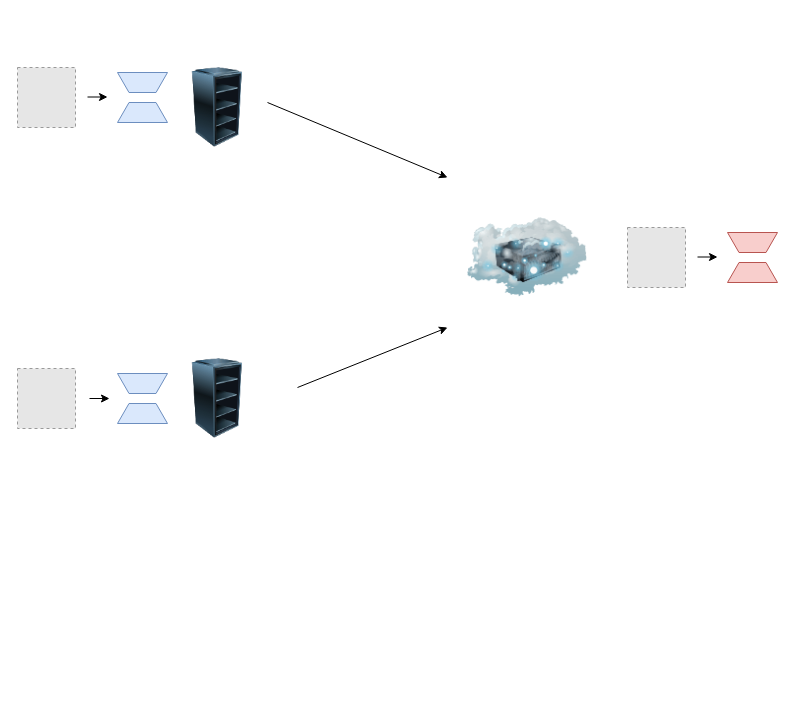
This is llm_paper.drawio from kaiwang0112006/mytranfor, a draw.io file, before an edit. Source tidied: cells renumbered, new cells numbered last; positions are measured from the earlier drawing's top-left corner, leaving out a move shared by most shapes. Both pictures are drawn from the tidied source at 100%, with x=0, y=0 at pixel (17, 67). Pictures stored in the file or linked from it are replaced by grey dashed boxes.
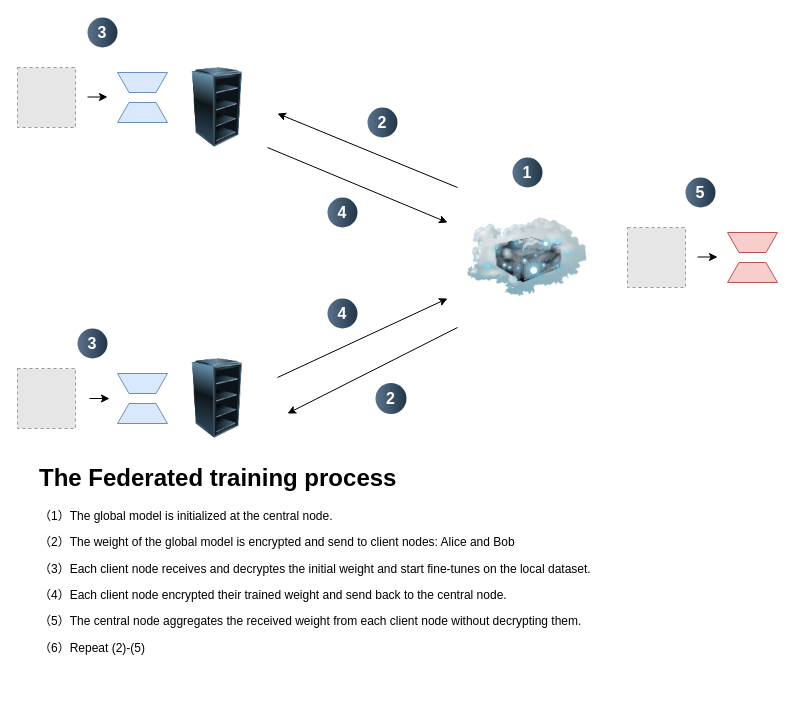
The same page after the edit.

What changed in the source:
```diff
@@
     <mxCell id="12" style="endArrow=classic;html=1;rounded=0;" parent="1" edge="1">
       <mxGeometry relative="1" as="geometry">
-        <mxPoint x="280" y="320" as="sourcePoint" />
-        <mxPoint x="430" y="260" as="targetPoint" />
+        <mxPoint x="260" y="310" as="sourcePoint" />
+        <mxPoint x="430" y="231" as="targetPoint" />
       </mxGeometry>
     </mxCell>
     <mxCell id="13" style="endArrow=classic;html=1;rounded=0;" parent="1" edge="1">
       <mxGeometry relative="1" as="geometry">
-        <mxPoint x="250" y="35" as="sourcePoint" />
-        <mxPoint x="430" y="110" as="targetPoint" />
+        <mxPoint x="250" y="80" as="sourcePoint" />
+        <mxPoint x="430" y="155" as="targetPoint" />
       </mxGeometry>
     </mxCell>
@@
+    <mxCell id="19" style="endArrow=classic;html=1;rounded=0;" parent="1" edge="1">
+      <mxGeometry relative="1" as="geometry">
+        <mxPoint x="440" y="260" as="sourcePoint" />
+        <mxPoint x="270" y="346" as="targetPoint" />
+      </mxGeometry>
+    </mxCell>
+    <mxCell id="20" style="endArrow=classic;html=1;rounded=0;" parent="1" edge="1">
+      <mxGeometry relative="1" as="geometry">
+        <mxPoint x="440" y="120" as="sourcePoint" />
+        <mxPoint x="260" y="46" as="targetPoint" />
+      </mxGeometry>
+    </mxCell>
+    <mxCell id="21" value="2" style="ellipse;whiteSpace=wrap;html=1;rotation=0;gradientColor=#223548;strokeColor=none;gradientDirection=east;fillColor=#5b738b;rounded=0;fontFamily=Helvetica;fontSize=16;fontColor=#FFFFFF;spacingTop=4;spacingBottom=4;spacingLeft=4;spacingRight=4;fontStyle=1;" parent="1" vertex="1">
+      <mxGeometry x="350" y="40" width="30" height="30" as="geometry" />
+    </mxCell>
+    <mxCell id="22" value="2" style="ellipse;whiteSpace=wrap;html=1;rotation=0;gradientColor=#223548;strokeColor=none;gradientDirection=east;fillColor=#5b738b;rounded=0;fontFamily=Helvetica;fontSize=16;fontColor=#FFFFFF;spacingTop=4;spacingBottom=4;spacingLeft=4;spacingRight=4;fontStyle=1;" parent="1" vertex="1">
+      <mxGeometry x="358" y="315.5" width="31" height="31" as="geometry" />
+    </mxCell>
+    <mxCell id="23" value="1" style="ellipse;whiteSpace=wrap;html=1;rotation=0;gradientColor=#223548;strokeColor=none;gradientDirection=east;fillColor=#5b738b;rounded=0;fontFamily=Helvetica;fontSize=16;fontColor=#FFFFFF;spacingTop=4;spacingBottom=4;spacingLeft=4;spacingRight=4;fontStyle=1;" parent="1" vertex="1">
+      <mxGeometry x="495" y="90" width="30" height="30" as="geometry" />
+    </mxCell>
+    <mxCell id="24" value="3" style="ellipse;whiteSpace=wrap;html=1;rotation=0;gradientColor=#223548;strokeColor=none;gradientDirection=east;fillColor=#5b738b;rounded=0;fontFamily=Helvetica;fontSize=16;fontColor=#FFFFFF;spacingTop=4;spacingBottom=4;spacingLeft=4;spacingRight=4;fontStyle=1;" parent="1" vertex="1">
+      <mxGeometry x="70" y="-50" width="30" height="30" as="geometry" />
+    </mxCell>
+    <mxCell id="25" value="3" style="ellipse;whiteSpace=wrap;html=1;rotation=0;gradientColor=#223548;strokeColor=none;gradientDirection=east;fillColor=#5b738b;rounded=0;fontFamily=Helvetica;fontSize=16;fontColor=#FFFFFF;spacingTop=4;spacingBottom=4;spacingLeft=4;spacingRight=4;fontStyle=1;" parent="1" vertex="1">
+      <mxGeometry x="60" y="261" width="30" height="30" as="geometry" />
+    </mxCell>
+    <mxCell id="26" value="4" style="ellipse;whiteSpace=wrap;html=1;rotation=0;gradientColor=#223548;strokeColor=none;gradientDirection=east;fillColor=#5b738b;rounded=0;fontFamily=Helvetica;fontSize=16;fontColor=#FFFFFF;spacingTop=4;spacingBottom=4;spacingLeft=4;spacingRight=4;fontStyle=1;" parent="1" vertex="1">
+      <mxGeometry x="310" y="130" width="30" height="30" as="geometry" />
+    </mxCell>
+    <mxCell id="27" value="&lt;h1 style=&quot;margin-top: 0px;&quot;&gt;The Federated training process&lt;/h1&gt;&lt;p&gt;（1）The global model is&amp;nbsp;initialized at the central node.&lt;/p&gt;&lt;p&gt;（2）The weight of the&amp;nbsp;&lt;span style=&quot;background-color: transparent; color: light-dark(rgb(0, 0, 0), rgb(255, 255, 255));&quot;&gt;global model is&amp;nbsp;&lt;/span&gt;&lt;span style=&quot;background-color: transparent;&quot;&gt;encrypted and send to client nodes: Alice and Bob&lt;/span&gt;&lt;/p&gt;&lt;p&gt;（3）Each client node receives and&amp;nbsp;decryptes the initial weight and start&amp;nbsp;fine-tunes on the local dataset.&lt;/p&gt;&lt;p&gt;（4）Each client node&amp;nbsp;&lt;span style=&quot;background-color: transparent; color: light-dark(rgb(0, 0, 0), rgb(255, 255, 255));&quot;&gt;encrypted their trained weight and send back to the central node.&lt;/span&gt;&lt;/p&gt;&lt;p&gt;（5）The central node&amp;nbsp;aggregates the received weight from each client node without&amp;nbsp;&lt;span style=&quot;background-color: transparent; color: light-dark(rgb(0, 0, 0), rgb(255, 255, 255));&quot;&gt;&lt;/span&gt;&lt;span style=&quot;background-color: transparent; color: light-dark(rgb(0, 0, 0), rgb(255, 255, 255));&quot;&gt;decrypting them.&lt;/span&gt;&lt;/p&gt;&lt;p&gt;（6）Repeat (2)-(5)&lt;/p&gt;" style="text;html=1;whiteSpace=wrap;overflow=hidden;rounded=0;" parent="1" vertex="1">
+      <mxGeometry x="20" y="390" width="670" height="240" as="geometry" />
+    </mxCell>
+    <mxCell id="28" value="4" style="ellipse;whiteSpace=wrap;html=1;rotation=0;gradientColor=#223548;strokeColor=none;gradientDirection=east;fillColor=#5b738b;rounded=0;fontFamily=Helvetica;fontSize=16;fontColor=#FFFFFF;spacingTop=4;spacingBottom=4;spacingLeft=4;spacingRight=4;fontStyle=1;" parent="1" vertex="1">
+      <mxGeometry x="310" y="231" width="30" height="30" as="geometry" />
+    </mxCell>
+    <mxCell id="29" value="5" style="ellipse;whiteSpace=wrap;html=1;rotation=0;gradientColor=#223548;strokeColor=none;gradientDirection=east;fillColor=#5b738b;rounded=0;fontFamily=Helvetica;fontSize=16;fontColor=#FFFFFF;spacingTop=4;spacingBottom=4;spacingLeft=4;spacingRight=4;fontStyle=1;" parent="1" vertex="1">
+      <mxGeometry x="668" y="110" width="30" height="30" as="geometry" />
+    </mxCell>
```
